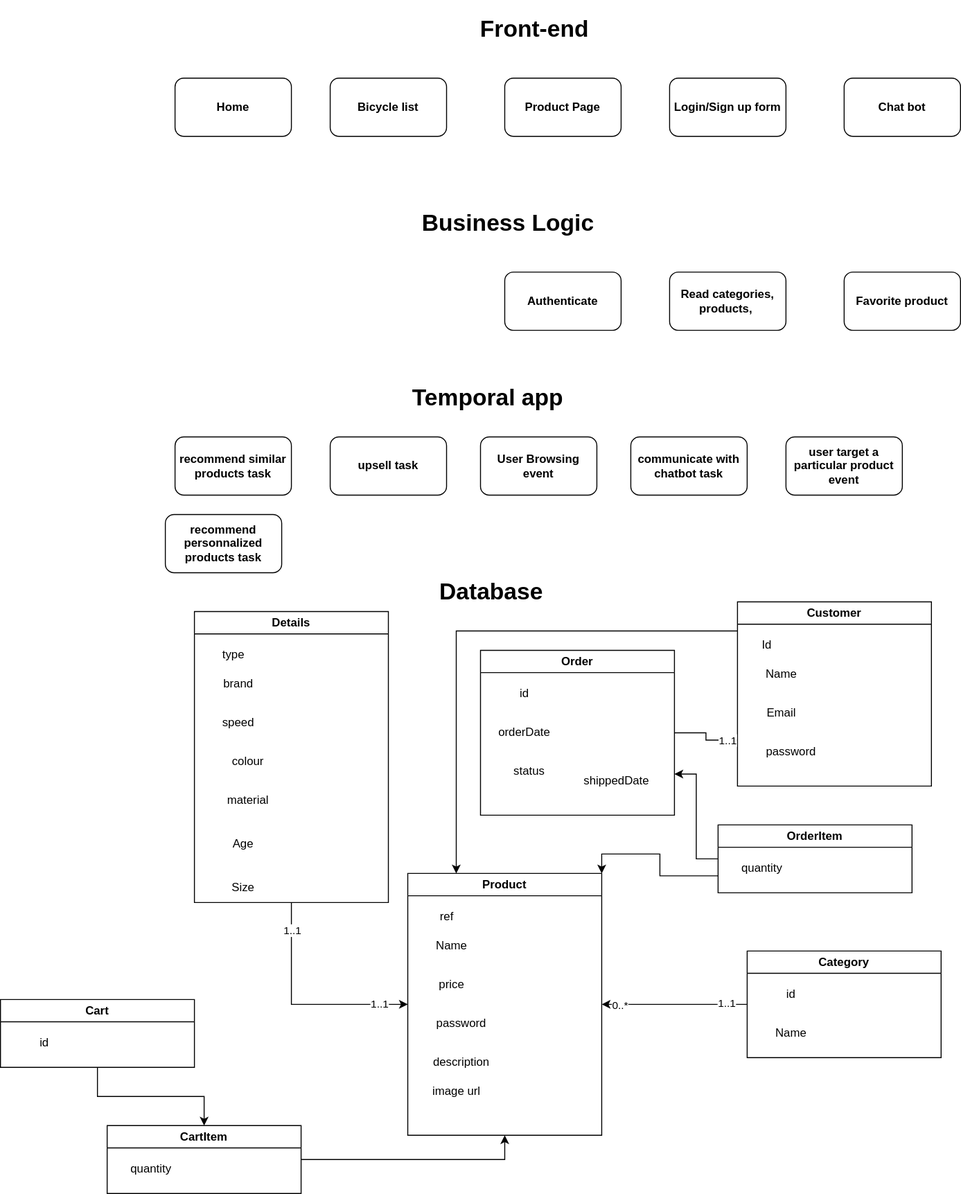
MohamedGrari/Customer-Journey-CXM-Tool keeps this draw.io diagram as src/main/resources/static/ProjectComponent.drawio.svg. Above is the earlier version. Source tidied: cells renumbered, new cells last; positions are measured from the earlier drawing's top-left corner, leaving out a move shared by most shapes.
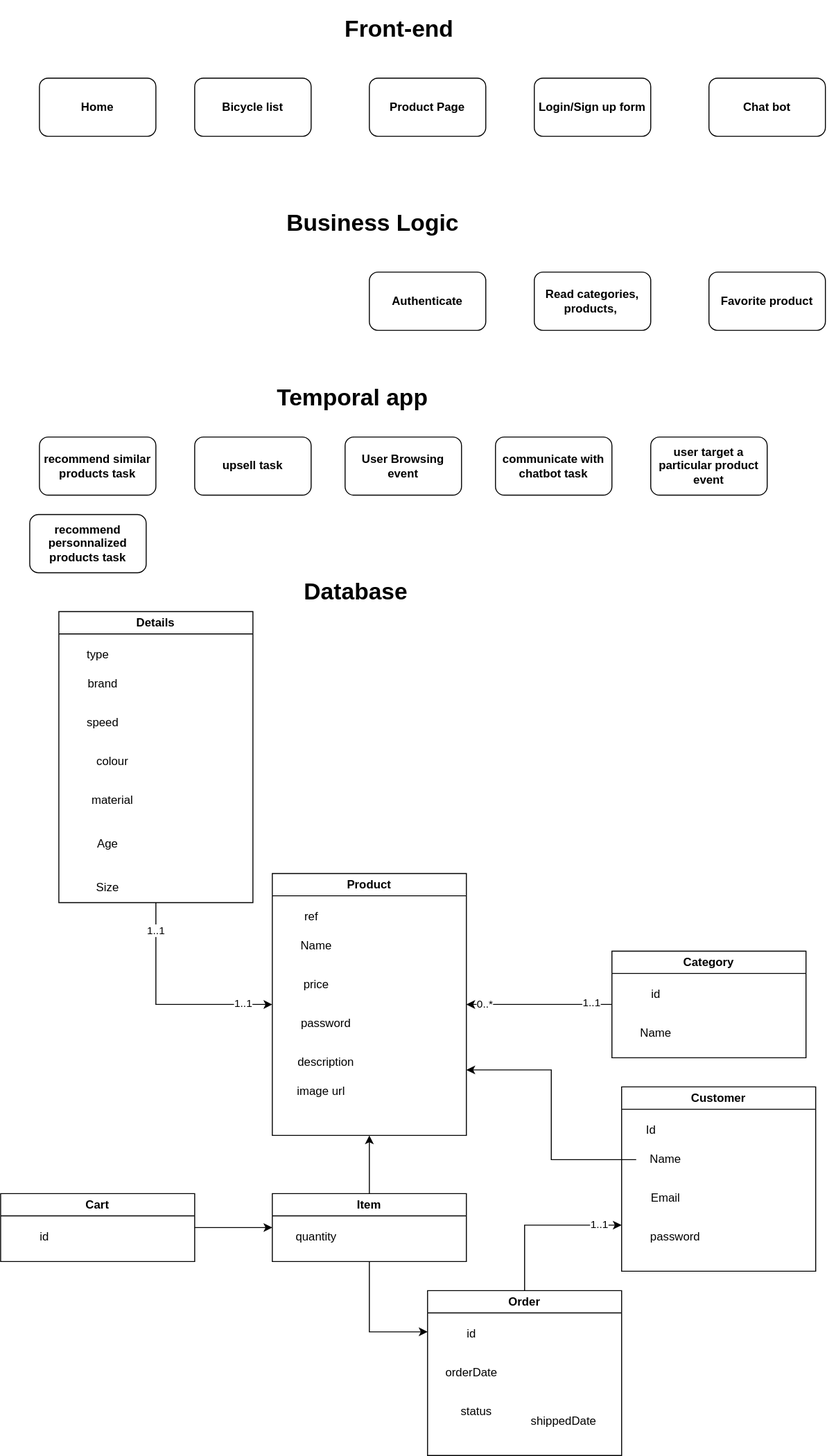
Above is the later version.

Diff of the diagram source:
```diff
@@ -35,15 +35,8 @@
     <mxCell id="12" value="&lt;h1&gt;Database&lt;/h1&gt;" style="text;html=1;strokeColor=none;fillColor=none;spacing=5;spacingTop=-20;whiteSpace=wrap;overflow=hidden;rounded=0;" parent="1" vertex="1">
       <mxGeometry x="447.5" y="580" width="120" height="40" as="geometry" />
     </mxCell>
-    <mxCell id="13" style="edgeStyle=orthogonalEdgeStyle;rounded=0;jettySize=auto;html=1;entryX=0.25;entryY=0;entryDx=0;entryDy=0;" parent="1" edge="1" source="14" target="19">
-      <mxGeometry relative="1" as="geometry">
-        <Array as="points">
-          <mxPoint x="470" y="640" />
-        </Array>
-      </mxGeometry>
-    </mxCell>
     <mxCell id="14" value="Customer" style="swimlane;whiteSpace=wrap;html=1;startSize=23;" parent="1" vertex="1">
-      <mxGeometry x="760" y="610" width="200" height="190" as="geometry" />
+      <mxGeometry x="780" y="1110" width="200" height="190" as="geometry" />
     </mxCell>
     <mxCell id="15" value="Name" style="text;html=1;align=center;verticalAlign=middle;points=[];strokeColor=none;fillColor=none;" parent="14" vertex="1">
       <mxGeometry x="15" y="60" width="60" height="30" as="geometry" />
@@ -155,11 +148,8 @@
     <mxCell id="50" value="1..1" style="edgeStyle=orthogonalEdgeStyle;rounded=0;jettySize=auto;html=1;entryX=0;entryY=0.75;entryDx=0;entryDy=0;" parent="1" edge="1" source="52" target="14">
       <mxGeometry x="0.72" relative="1" as="geometry" />
     </mxCell>
-    <mxCell id="51" style="edgeStyle=orthogonalEdgeStyle;rounded=0;jettySize=auto;html=1;exitX=0;exitY=0.75;exitDx=0;exitDy=0;entryX=1;entryY=0;entryDx=0;entryDy=0;" parent="1" edge="1" source="64" target="19">
-      <mxGeometry relative="1" as="geometry" />
-    </mxCell>
     <mxCell id="52" value="Order" style="swimlane;whiteSpace=wrap;html=1;" parent="1" vertex="1">
-      <mxGeometry x="495" y="660" width="200" height="170" as="geometry" />
+      <mxGeometry x="580" y="1320" width="200" height="170" as="geometry" />
     </mxCell>
     <mxCell id="53" value="orderDate" style="text;html=1;align=center;verticalAlign=middle;strokeColor=none;fillColor=none;" parent="52" vertex="1">
       <mxGeometry x="5" y="70" width="80" height="30" as="geometry" />
@@ -177,7 +167,7 @@
       <mxGeometry relative="1" as="geometry" />
     </mxCell>
     <mxCell id="58" value="Cart" style="swimlane;whiteSpace=wrap;html=1;" parent="1" vertex="1">
-      <mxGeometry y="1020" width="200" height="70" as="geometry" />
+      <mxGeometry x="140" y="1220" width="200" height="70" as="geometry" />
     </mxCell>
     <mxCell id="59" value="id" style="text;html=1;align=center;verticalAlign=middle;strokeColor=none;fillColor=none;" parent="58" vertex="1">
       <mxGeometry x="30" y="30" width="30" height="30" as="geometry" />
@@ -185,20 +175,17 @@
     <mxCell id="60" style="edgeStyle=orthogonalEdgeStyle;rounded=0;jettySize=auto;html=1;entryX=0.5;entryY=1;entryDx=0;entryDy=0;" parent="1" edge="1" source="61" target="19">
       <mxGeometry relative="1" as="geometry" />
     </mxCell>
+    <mxCell id="66" style="edgeStyle=orthogonalEdgeStyle;rounded=0;jettySize=auto;html=1;entryX=0;entryY=0.25;entryDx=0;entryDy=0;" parent="1" edge="1" source="61" target="52">
+      <mxGeometry relative="1" as="geometry" />
+    </mxCell>
-    <mxCell id="61" value="CartItem" style="swimlane;whiteSpace=wrap;html=1;" parent="1" vertex="1">
-      <mxGeometry x="110" y="1150" width="200" height="70" as="geometry" />
+    <mxCell id="61" value="Item" style="swimlane;whiteSpace=wrap;html=1;startSize=23;" parent="1" vertex="1">
+      <mxGeometry x="420" y="1220" width="200" height="70" as="geometry" />
     </mxCell>
     <mxCell id="62" value="quantity" style="text;html=1;align=center;verticalAlign=middle;strokeColor=none;fillColor=none;" parent="61" vertex="1">
       <mxGeometry x="10" y="30" width="70" height="30" as="geometry" />
     </mxCell>
-    <mxCell id="63" style="edgeStyle=orthogonalEdgeStyle;rounded=0;jettySize=auto;html=1;entryX=1;entryY=0.75;entryDx=0;entryDy=0;" parent="1" edge="1" source="64" target="52">
-      <mxGeometry relative="1" as="geometry" />
-    </mxCell>
-    <mxCell id="64" value="OrderItem" style="swimlane;whiteSpace=wrap;html=1;" parent="1" vertex="1">
-      <mxGeometry x="740" y="840" width="200" height="70" as="geometry" />
-    </mxCell>
-    <mxCell id="65" value="quantity" style="text;html=1;align=center;verticalAlign=middle;strokeColor=none;fillColor=none;" parent="64" vertex="1">
-      <mxGeometry x="10" y="30" width="70" height="30" as="geometry" />
-    </mxCell>
+    <mxCell id="67" style="edgeStyle=orthogonalEdgeStyle;rounded=0;jettySize=auto;html=1;entryX=1;entryY=0.75;entryDx=0;entryDy=0;" parent="1" edge="1" source="15" target="19">
+      <mxGeometry relative="1" as="geometry" />
+    </mxCell>
   </root>
 </mxGraphModel>
```
